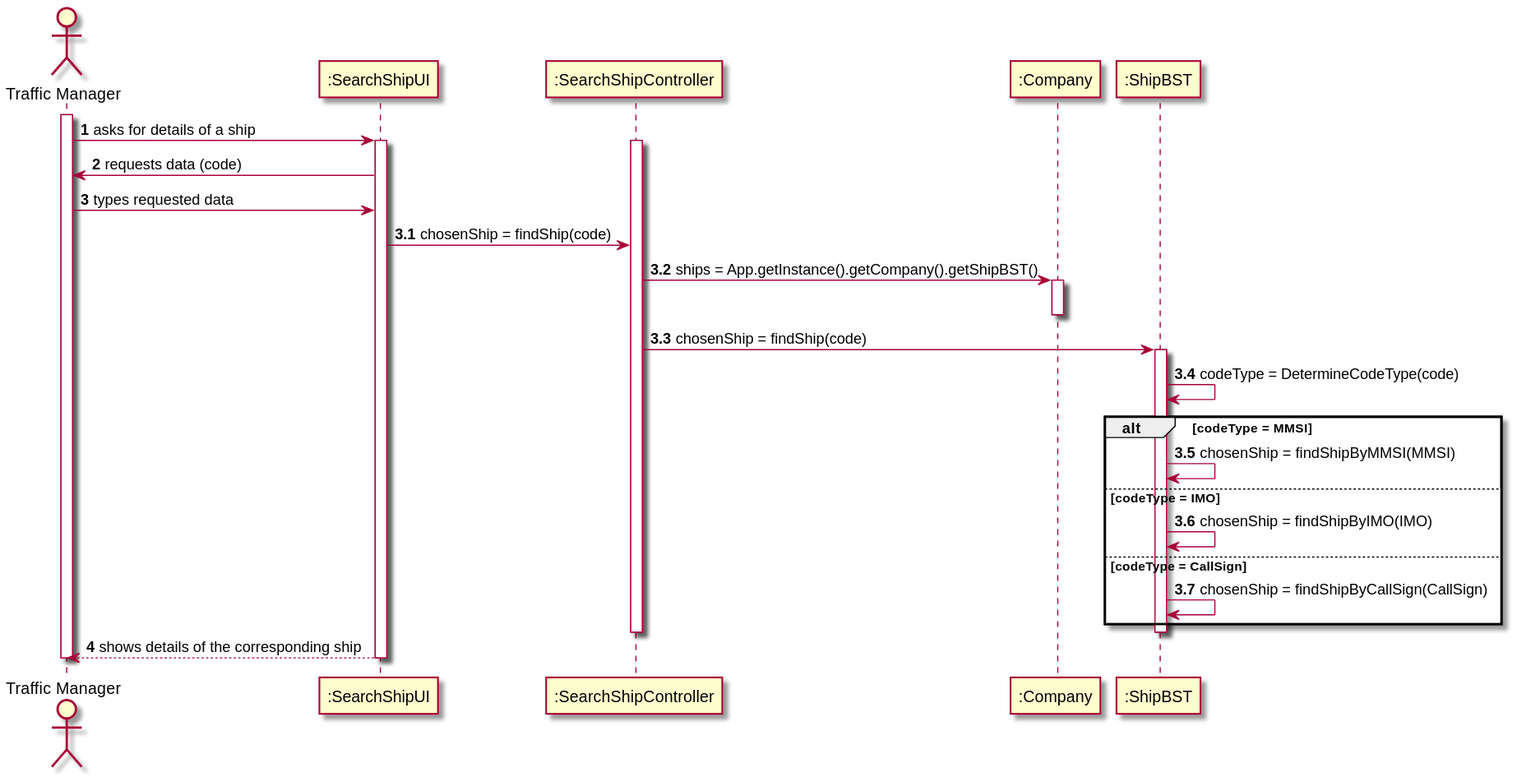
Above: docs/Sprint 3/US/US102/US102_SD.svg in 1190772/LAB-Project-3 (PlantUML), before the change. Source of this version:
```plantuml
@startuml
autonumber

actor "Traffic Manager" as TM

participant ":SearchShipUI" as UI
participant ":SearchShipController" as CTRL
participant ":Company" as COMP
participant ":ShipBST" as BST

activate TM
TM -> UI : asks for details of a ship
activate UI
activate CTRL

UI -> TM : requests data (code)
TM -> UI : types requested data

autonumber 3.1

UI -> CTRL : chosenShip = findShip(code)

CTRL -> COMP : ships = App.getInstance().getCompany().getShipBST()
activate COMP
deactivate COMP

CTRL -> BST : chosenShip = findShip(code)
activate BST



BST -> BST : codeType = DetermineCodeType(code)

alt codeType = MMSI
  BST -> BST : chosenShip = findShipByMMSI(MMSI)
else codeType = IMO
  BST -> BST : chosenShip = findShipByIMO(IMO)
else codeType = CallSign
  BST -> BST : chosenShip = findShipByCallSign(CallSign)
end

deactivate BST
deactivate CTRL

autonumber 4
UI --> TM : shows details of the corresponding ship
deactivate UI

deactivate TM

@enduml
```
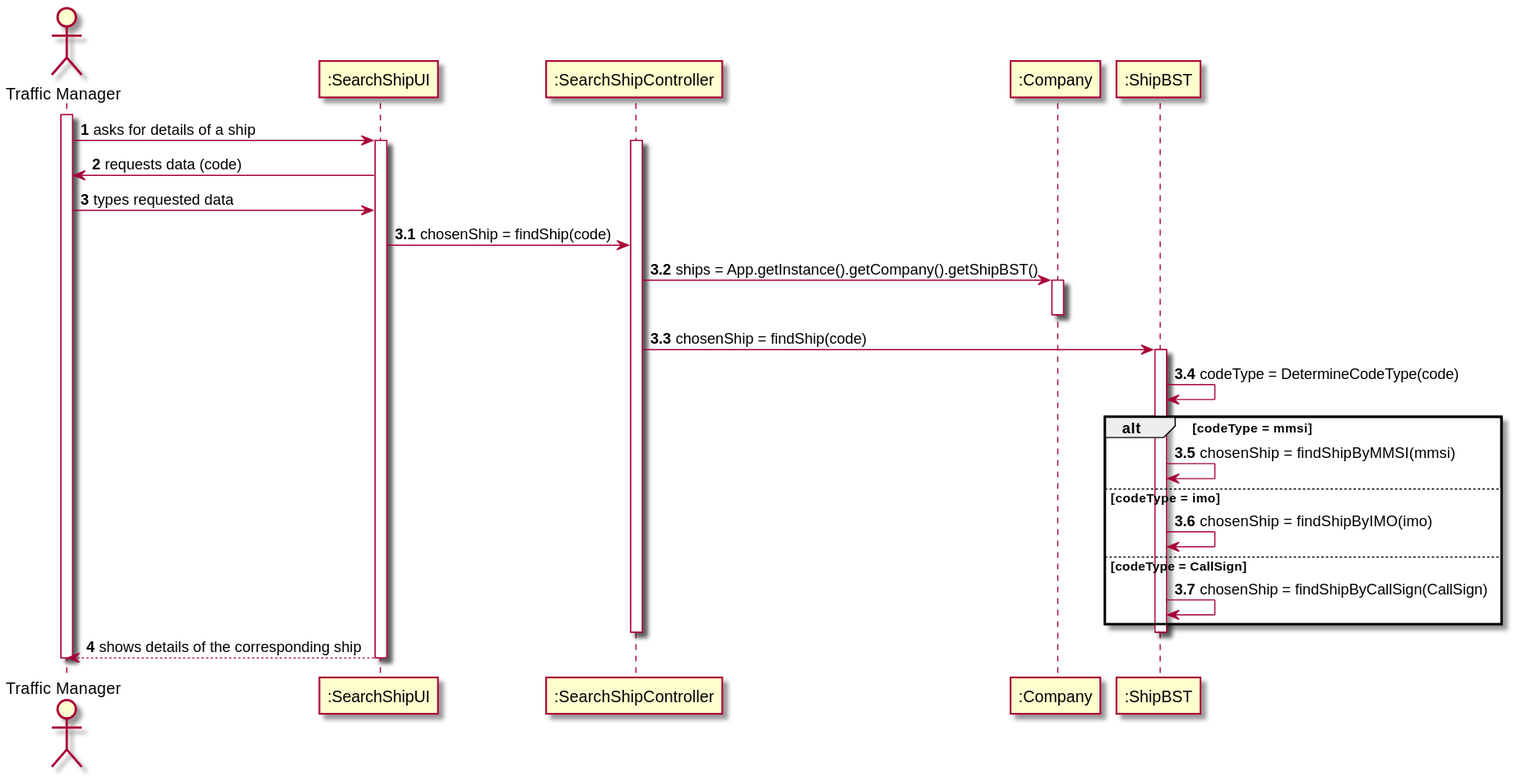
Later version of the same file.

The edit, as a diff of the source:
```diff
@@ -31,10 +31,10 @@
 
 BST -> BST : codeType = DetermineCodeType(code)
 
-alt codeType = MMSI
-  BST -> BST : chosenShip = findShipByMMSI(MMSI)
-else codeType = IMO
-  BST -> BST : chosenShip = findShipByIMO(IMO)
+alt codeType = mmsi
+  BST -> BST : chosenShip = findShipByMMSI(mmsi)
+else codeType = imo
+  BST -> BST : chosenShip = findShipByIMO(imo)
 else codeType = CallSign
   BST -> BST : chosenShip = findShipByCallSign(CallSign)
 end
```
